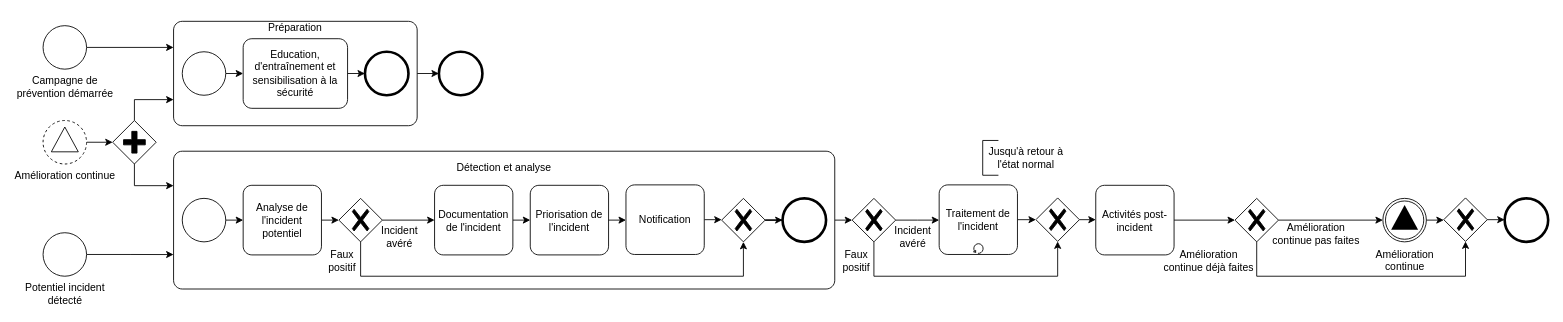
Before: standards/NIST.drawio in netmme/cyber-diagramme-d-activites, a draw.io diagram. Source tidied: cells renumbered, new cells numbered last; positions are measured from the earlier drawing's top-left corner, leaving out a move shared by most shapes. Both pictures are drawn from the tidied source at 87%, with x=0, y=0 at pixel (43, 15).
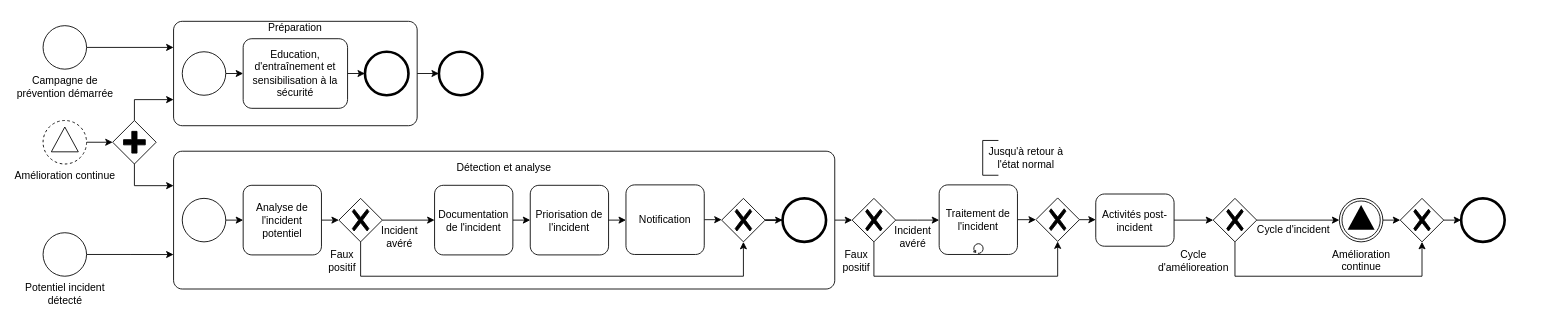
After the change.

What changed in the source:
```diff
@@
     <mxCell id="44" value="Activités post-incident" style="points=[[0.25,0,0],[0.5,0,0],[0.75,0,0],[1,0.25,0],[1,0.5,0],[1,0.75,0],[0.75,1,0],[0.5,1,0],[0.25,1,0],[0,0.75,0],[0,0.5,0],[0,0.25,0]];shape=mxgraph.bpmn.task;whiteSpace=wrap;rectStyle=rounded;size=10;html=1;taskMarker=abstract;" parent="1" vertex="1">
-      <mxGeometry x="1210" y="195.5" width="90" height="80" as="geometry" />
+      <mxGeometry x="1210" y="205.5" width="90" height="60" as="geometry" />
     </mxCell>
     <mxCell id="45" style="points=[[0.145,0.145,0],[0.5,0,0],[0.855,0.145,0],[1,0.5,0],[0.855,0.855,0],[0.5,1,0],[0.145,0.855,0],[0,0.5,0]];shape=mxgraph.bpmn.event;html=1;verticalLabelPosition=bottom;labelBackgroundColor=#ffffff;verticalAlign=top;align=center;perimeter=ellipsePerimeter;outlineConnect=0;outline=end;symbol=terminate2;" parent="1" vertex="1">
-      <mxGeometry x="1680" y="210.5" width="50" height="50" as="geometry" />
+      <mxGeometry x="1630" y="210.5" width="50" height="50" as="geometry" />
     </mxCell>
@@
     <mxCell id="57" value="Amélioration&lt;br&gt;continue" style="points=[[0.145,0.145,0],[0.5,0,0],[0.855,0.145,0],[1,0.5,0],[0.855,0.855,0],[0.5,1,0],[0.145,0.855,0],[0,0.5,0]];shape=mxgraph.bpmn.event;html=1;verticalLabelPosition=bottom;labelBackgroundColor=#ffffff;verticalAlign=top;align=center;perimeter=ellipsePerimeter;outlineConnect=0;outline=throwing;symbol=signal;" parent="1" vertex="1">
-      <mxGeometry x="1540" y="210.5" width="50" height="50" as="geometry" />
+      <mxGeometry x="1490" y="210.5" width="50" height="50" as="geometry" />
     </mxCell>
     <mxCell id="58" style="edgeStyle=orthogonalEdgeStyle;rounded=0;jettySize=auto;html=1;exitX=0.5;exitY=1;exitDx=0;exitDy=0;exitPerimeter=0;entryX=0.5;entryY=1;entryDx=0;entryDy=0;entryPerimeter=0;" parent="1" edge="1" source="60" target="62">
       <mxGeometry relative="1" as="geometry">
         <Array as="points">
-          <mxPoint x="1395" y="300" />
-          <mxPoint x="1635" y="300" />
+          <mxPoint x="1370" y="300" />
+          <mxPoint x="1585" y="300" />
         </Array>
       </mxGeometry>
     </mxCell>
@@
     <mxCell id="60" style="points=[[0.25,0.25,0],[0.5,0,0],[0.75,0.25,0],[1,0.5,0],[0.75,0.75,0],[0.5,1,0],[0.25,0.75,0],[0,0.5,0]];shape=mxgraph.bpmn.gateway2;html=1;verticalLabelPosition=bottom;labelBackgroundColor=#ffffff;verticalAlign=top;align=center;perimeter=rhombusPerimeter;outlineConnect=0;outline=none;symbol=none;gwType=exclusive;" parent="1" vertex="1">
-      <mxGeometry x="1370" y="210.5" width="50" height="50" as="geometry" />
+      <mxGeometry x="1345" y="210.5" width="50" height="50" as="geometry" />
     </mxCell>
@@
     <mxCell id="62" style="points=[[0.25,0.25,0],[0.5,0,0],[0.75,0.25,0],[1,0.5,0],[0.75,0.75,0],[0.5,1,0],[0.25,0.75,0],[0,0.5,0]];shape=mxgraph.bpmn.gateway2;html=1;verticalLabelPosition=bottom;labelBackgroundColor=#ffffff;verticalAlign=top;align=center;perimeter=rhombusPerimeter;outlineConnect=0;outline=none;symbol=none;gwType=exclusive;" parent="1" vertex="1">
-      <mxGeometry x="1610" y="210" width="50" height="50" as="geometry" />
+      <mxGeometry x="1560" y="210.5" width="50" height="50" as="geometry" />
     </mxCell>
-    <mxCell id="63" value="Amélioration continue déjà faites" style="text;html=1;strokeColor=none;fillColor=none;align=center;verticalAlign=middle;whiteSpace=wrap;rounded=0;" parent="1" vertex="1">
-      <mxGeometry x="1285" y="268" width="110" height="30" as="geometry" />
+    <mxCell id="63" value="Cycle d'amélioreation" style="text;html=1;strokeColor=none;fillColor=none;align=center;verticalAlign=middle;whiteSpace=wrap;rounded=0;" parent="1" vertex="1">
+      <mxGeometry x="1270" y="268" width="105" height="30" as="geometry" />
     </mxCell>
-    <mxCell id="64" value="Amélioration continue pas faites" style="text;html=1;strokeColor=none;fillColor=none;align=center;verticalAlign=middle;whiteSpace=wrap;rounded=0;" parent="1" vertex="1">
-      <mxGeometry x="1408" y="236" width="111" height="30" as="geometry" />
+    <mxCell id="64" value="Cycle d'incident" style="text;html=1;strokeColor=none;fillColor=none;align=center;verticalAlign=middle;whiteSpace=wrap;rounded=0;" parent="1" vertex="1">
+      <mxGeometry x="1382" y="235" width="111" height="24" as="geometry" />
     </mxCell>
```
